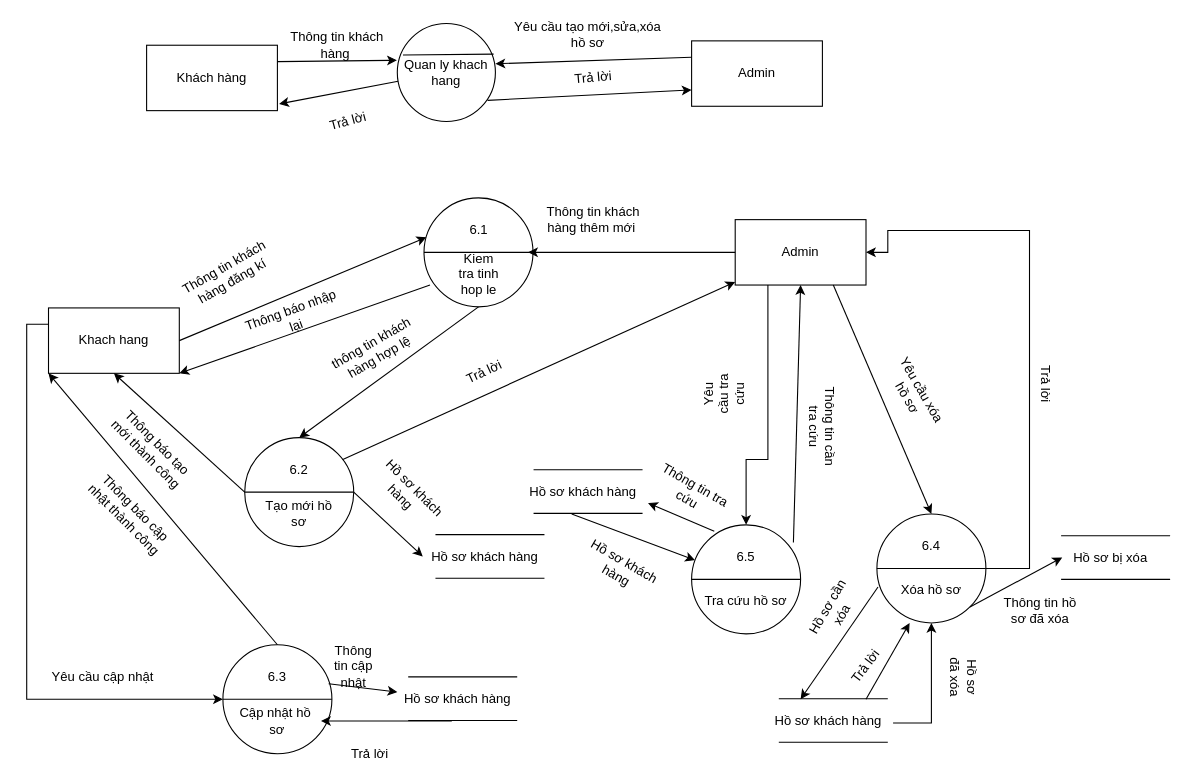
Above: Loi/DFD_Quan_Ly_Khach_Hang.drawio in xxminhmie/override-project-document (draw.io), before the change. Source tidied: cells renumbered, new cells numbered last; positions are measured from the earlier drawing's top-left corner, leaving out a move shared by most shapes. Both pictures are drawn from the tidied source at 109%, with x=0, y=0 at pixel (48, 23).
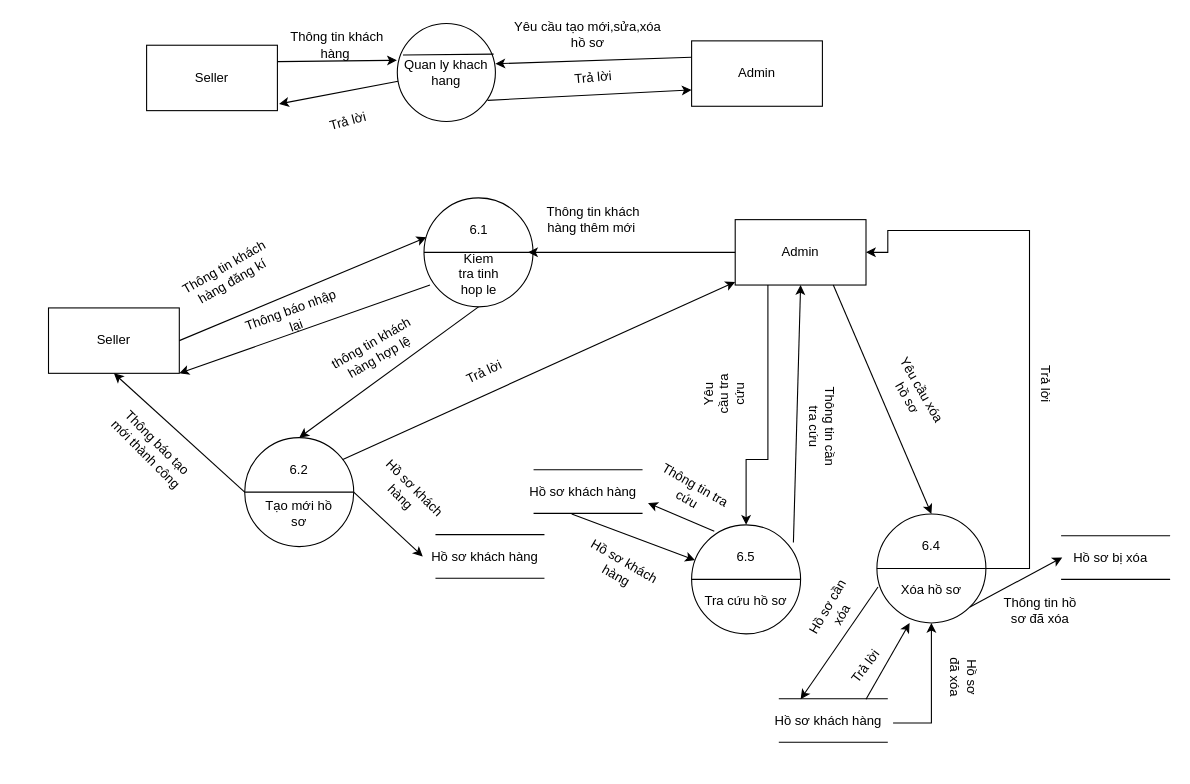
The same page after the edit.

The edit, as a diff of the source:
```diff
@@
-    <mxCell id="2" value="Khách hàng" style="rounded=0;whiteSpace=wrap;html=1;" parent="1" vertex="1">
+    <mxCell id="2" value="Seller" style="rounded=0;whiteSpace=wrap;html=1;" parent="1" vertex="1">
       <mxGeometry x="90" y="20" width="120" height="60" as="geometry" />
     </mxCell>
@@
-    <mxCell id="22" style="ellipse;whiteSpace=wrap;html=1;" parent="1" vertex="1">
-      <mxGeometry x="160" y="570" width="100" height="100" as="geometry" />
-    </mxCell>
-    <mxCell id="23" style="endArrow=none;html=1;exitX=0;exitY=0.5;exitDx=0;exitDy=0;entryX=1;entryY=0.5;entryDx=0;entryDy=0;" parent="1" edge="1" source="22" target="22">
-      <mxGeometry relative="1" as="geometry" />
-    </mxCell>
-    <mxCell id="24" value="6.3" style="text;html=1;strokeColor=none;fillColor=none;align=center;verticalAlign=middle;whiteSpace=wrap;rounded=0;" parent="1" vertex="1">
-      <mxGeometry x="170" y="590" width="80" height="20" as="geometry" />
-    </mxCell>
-    <mxCell id="25" value="Cập nhật hồ&amp;nbsp; sơ" style="text;html=1;strokeColor=none;fillColor=none;align=center;verticalAlign=middle;whiteSpace=wrap;rounded=0;" parent="1" vertex="1">
-      <mxGeometry x="170" y="630" width="80" height="20" as="geometry" />
-    </mxCell>
@@
-    <mxCell id="31" style="edgeStyle=orthogonalEdgeStyle;rounded=0;jettySize=auto;html=1;exitX=0;exitY=0.25;exitDx=0;exitDy=0;entryX=0;entryY=0.5;entryDx=0;entryDy=0;" parent="1" edge="1" source="32" target="22">
-      <mxGeometry relative="1" as="geometry" />
-    </mxCell>
-    <mxCell id="32" value="Khach hang" style="rounded=0;whiteSpace=wrap;html=1;" parent="1" vertex="1">
+    <mxCell id="32" value="Seller" style="rounded=0;whiteSpace=wrap;html=1;" parent="1" vertex="1">
       <mxGeometry y="261" width="120" height="60" as="geometry" />
     </mxCell>
@@
-    <mxCell id="61" style="endArrow=classic;html=1;exitX=0.5;exitY=0;exitDx=0;exitDy=0;entryX=0;entryY=1;entryDx=0;entryDy=0;" parent="1" edge="1" source="22" target="32">
-      <mxGeometry relative="1" as="geometry" />
-    </mxCell>
-    <mxCell id="62" value="Yêu cầu cập nhật" style="text;html=1;strokeColor=none;fillColor=none;align=center;verticalAlign=middle;whiteSpace=wrap;rounded=0;" parent="1" vertex="1">
-      <mxGeometry y="590" width="100" height="20" as="geometry" />
-    </mxCell>
-    <mxCell id="63" value="Thông báo cập nhật thành công" style="text;html=1;strokeColor=none;fillColor=none;align=center;verticalAlign=middle;whiteSpace=wrap;rounded=0;rotation=45;" parent="1" vertex="1">
-      <mxGeometry x="30" y="440" width="90" height="20" as="geometry" />
-    </mxCell>
-    <mxCell id="64" style="endArrow=none;html=1;" parent="1" edge="1">
-      <mxGeometry relative="1" as="geometry">
-        <mxPoint x="330" y="639.5" as="sourcePoint" />
-        <mxPoint x="430" y="639.5" as="targetPoint" />
-      </mxGeometry>
-    </mxCell>
-    <mxCell id="65" style="endArrow=none;html=1;" parent="1" edge="1">
-      <mxGeometry relative="1" as="geometry">
-        <mxPoint x="330" y="599.5" as="sourcePoint" />
-        <mxPoint x="430" y="599.5" as="targetPoint" />
-      </mxGeometry>
-    </mxCell>
-    <mxCell id="66" value="Hồ sơ khách hàng" style="text;html=1;align=center;verticalAlign=middle;points=[];" parent="1" vertex="1">
-      <mxGeometry x="320" y="610" width="110" height="20" as="geometry" />
-    </mxCell>
@@
-    <mxCell id="70" style="endArrow=classic;html=1;exitX=0.97;exitY=0.358;exitDx=0;exitDy=0;exitPerimeter=0;" parent="1" edge="1" source="22" target="66">
-      <mxGeometry relative="1" as="geometry" />
-    </mxCell>
@@
-    <mxCell id="72" value="Thông tin cập nhật" style="text;html=1;strokeColor=none;fillColor=none;align=center;verticalAlign=middle;whiteSpace=wrap;rounded=0;" parent="1" vertex="1">
-      <mxGeometry x="260" y="580" width="40" height="20" as="geometry" />
-    </mxCell>
@@
-    <mxCell id="91" style="endArrow=classic;html=1;entryX=1;entryY=0.5;entryDx=0;entryDy=0;" parent="1" edge="1" target="25">
-      <mxGeometry relative="1" as="geometry">
-        <mxPoint x="370" y="640" as="sourcePoint" />
-      </mxGeometry>
-    </mxCell>
-    <mxCell id="92" value="Trả lời" style="text;html=1;strokeColor=none;fillColor=none;align=center;verticalAlign=middle;whiteSpace=wrap;rounded=0;rotation=0;" parent="1" vertex="1">
-      <mxGeometry x="250" y="660" width="90" height="20" as="geometry" />
-    </mxCell>
```
